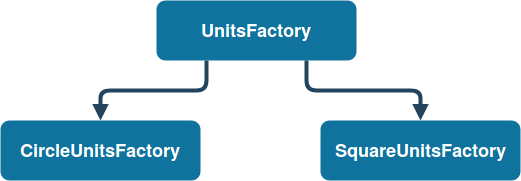
Above: documentation_pictures/units_factories_diagram.png in Denisson001/TP-project-game (draw.io), before the change. Source tidied: cells renumbered, new cells last; positions are measured from the earlier drawing's top-left corner, leaving out a move shared by most shapes.
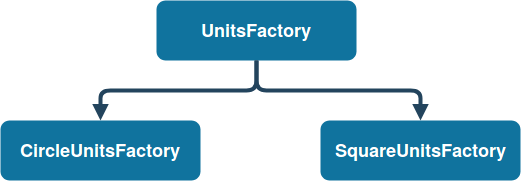
The same diagram one commit later.

Change to the diagram source:
```diff
@@ -11,14 +11,14 @@
     <mxCell id="4" value="SquareUnitsFactory" style="rounded=1;fillColor=#10739E;strokeColor=none;shadow=0;gradientColor=none;fontStyle=1;fontColor=#FFFFFF;fontSize=18;glass=0;comic=0;" parent="1" vertex="1">
       <mxGeometry x="320" y="120" width="200" height="60" as="geometry" />
     </mxCell>
-    <mxCell id="5" style="edgeStyle=elbowEdgeStyle;elbow=vertical;strokeWidth=4;endArrow=block;endFill=1;fontStyle=1;strokeColor=#23445D;exitX=0.75;exitY=1;exitDx=0;exitDy=0;entryX=0.5;entryY=0;entryDx=0;entryDy=0;" parent="1" edge="1" source="2" target="4">
+    <mxCell id="5" style="edgeStyle=elbowEdgeStyle;elbow=vertical;strokeWidth=4;endArrow=block;endFill=1;fontStyle=1;strokeColor=#23445D;exitX=0.5;exitY=1;exitDx=0;exitDy=0;entryX=0.5;entryY=0;entryDx=0;entryDy=0;" parent="1" edge="1" source="2" target="4">
       <mxGeometry x="62" y="165.5" as="geometry">
         <Array as="points">
           <mxPoint x="350" y="90" />
         </Array>
       </mxGeometry>
     </mxCell>
-    <mxCell id="6" style="edgeStyle=elbowEdgeStyle;elbow=vertical;strokeWidth=4;endArrow=block;endFill=1;fontStyle=1;strokeColor=#23445D;entryX=0.5;entryY=0;entryDx=0;entryDy=0;exitX=0.25;exitY=1;exitDx=0;exitDy=0;" parent="1" edge="1" source="2" target="3">
+    <mxCell id="6" style="edgeStyle=elbowEdgeStyle;elbow=vertical;strokeWidth=4;endArrow=block;endFill=1;fontStyle=1;strokeColor=#23445D;entryX=0.5;entryY=0;entryDx=0;entryDy=0;exitX=0.5;exitY=1;exitDx=0;exitDy=0;" parent="1" edge="1" source="2" target="3">
       <mxGeometry x="-40" y="325.5" as="geometry">
         <Array as="points">
           <mxPoint x="160" y="90" />
```
